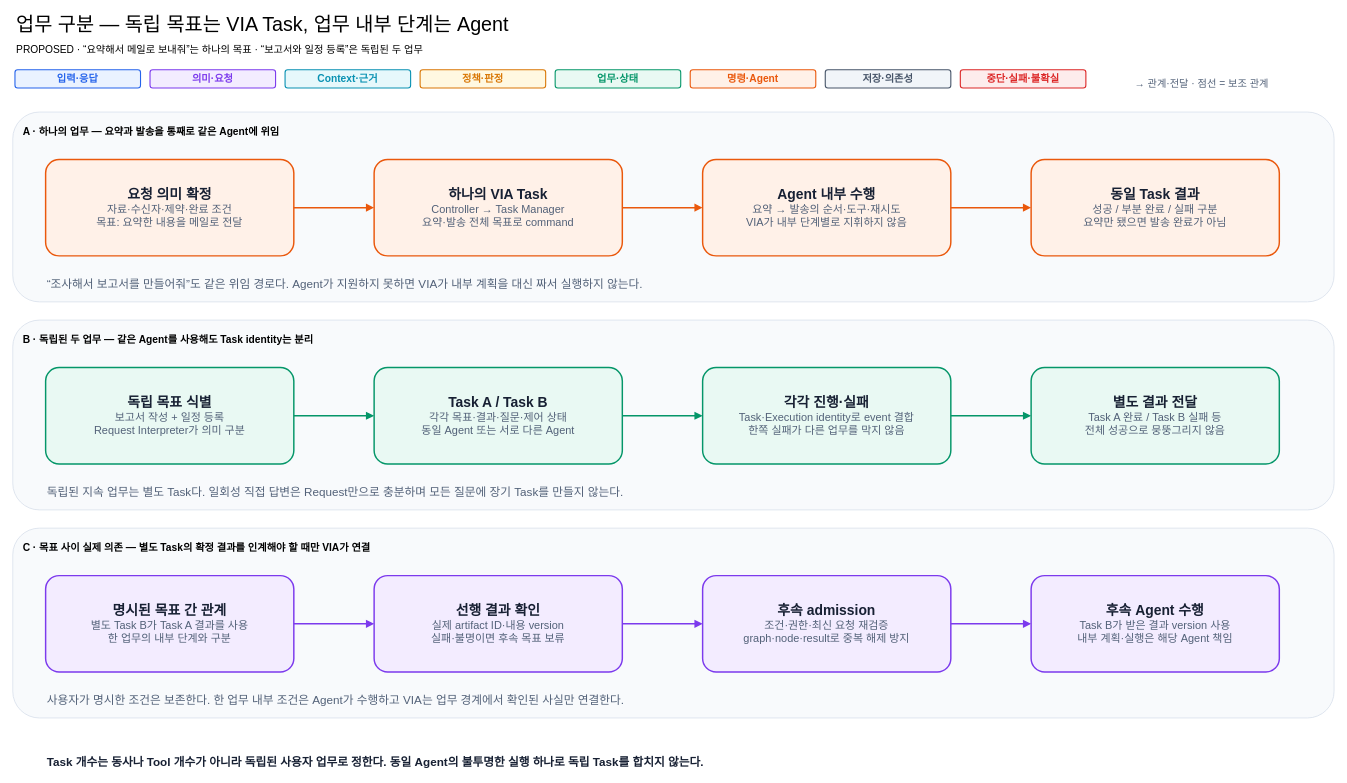
cbyche/via-sw-architecture keeps this draw.io diagram as docs/architecture/12-decisions/target-architecture/diagrams/09-compound-and-task-routing.drawio. Above is the earlier version. Source tidied: cells renumbered, new cells numbered last; positions are measured from the earlier drawing's top-left corner, leaving out a move shared by most shapes. Both pictures are drawn from the tidied source at 73%, with x=0, y=0 at pixel (12, 13).
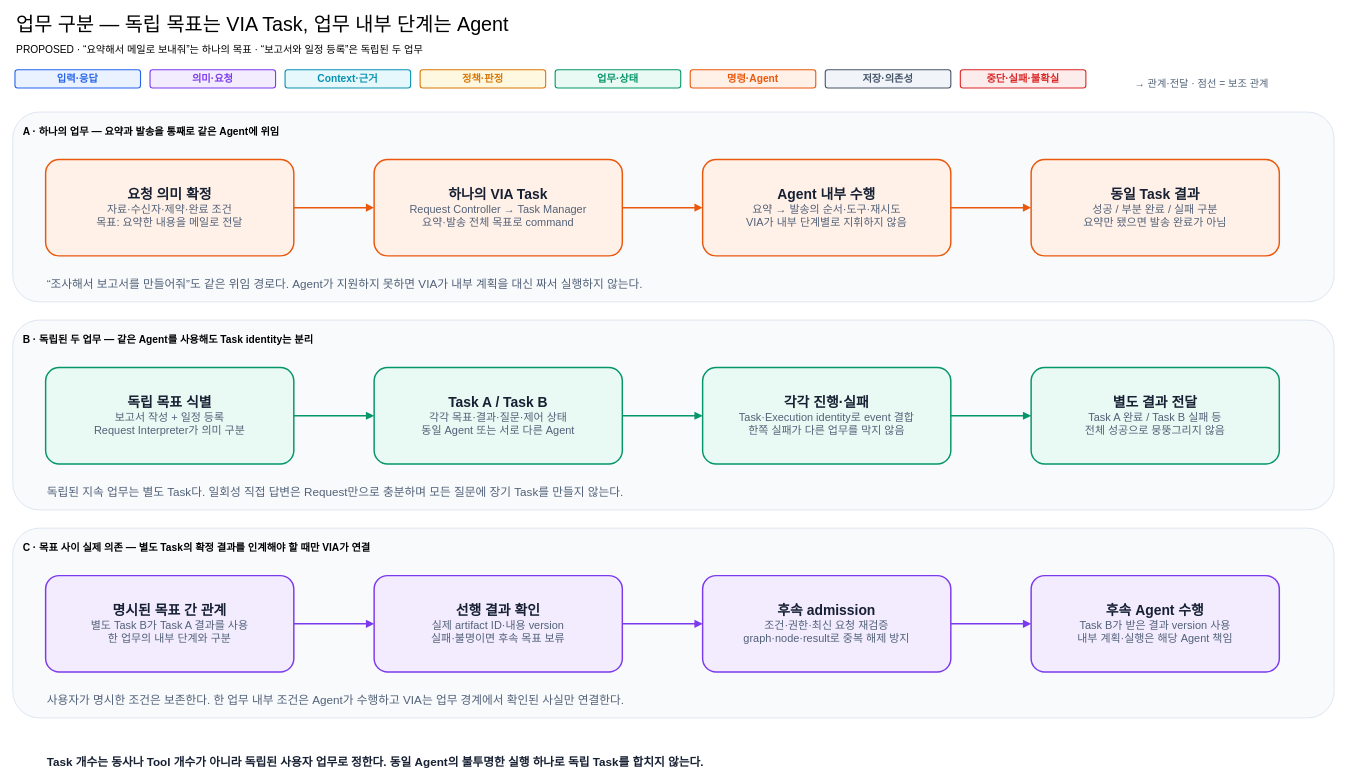
Above is the later version.

Change to the diagram source:
```diff
@@
-    <mxCell id="6" value="&lt;div style='font-size:19px;font-weight:bold'&gt;하나의 VIA Task&lt;/div&gt;&lt;div style='font-size:15px;color:#526178'&gt;Controller → Task Manager&lt;/div&gt;&lt;div style='font-size:15px;color:#526178'&gt;요약·발송 전체 목표로 command&lt;/div&gt;" style="shape=rectangle;rounded=1;whiteSpace=wrap;html=1;fillColor=#FFF1E8;strokeColor=#EA580C;strokeWidth=2;fontColor=#172033;dashed=0;arcSize=14;spacing=10;" parent="1" vertex="1">
+    <mxCell id="6" value="&lt;div style='font-size:19px;font-weight:bold'&gt;하나의 VIA Task&lt;/div&gt;&lt;div style='font-size:15px;color:#526178'&gt;Request Controller → Task Manager&lt;/div&gt;&lt;div style='font-size:15px;color:#526178'&gt;요약·발송 전체 목표로 command&lt;/div&gt;" style="shape=rectangle;rounded=1;whiteSpace=wrap;html=1;fillColor=#FFF1E8;strokeColor=#EA580C;strokeWidth=2;fontColor=#172033;dashed=0;arcSize=14;spacing=10;" parent="1" vertex="1">
       <mxGeometry x="495" y="200" width="340" height="132" as="geometry" />
     </mxCell>
```
